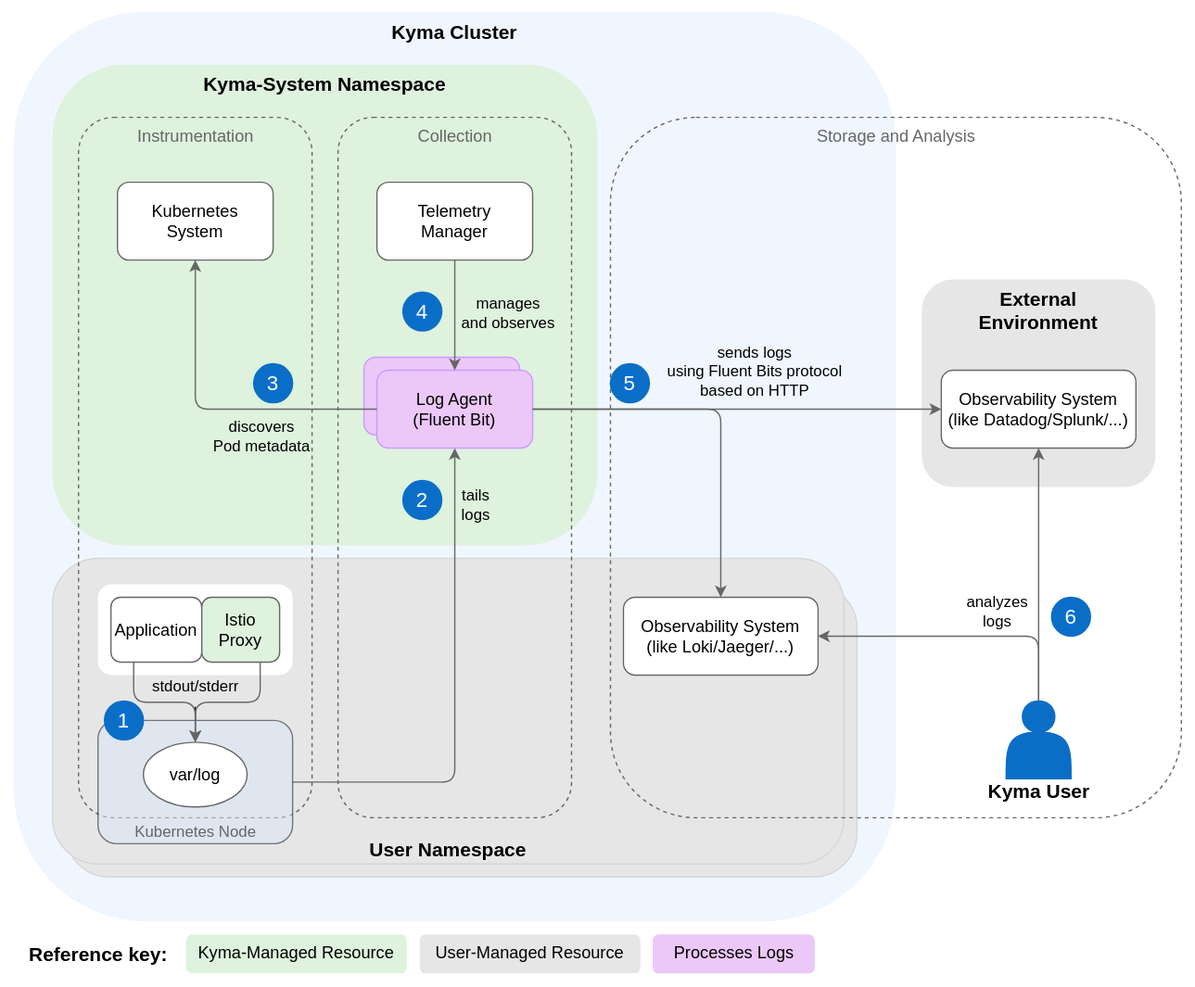
kyma-project/telemetry-manager keeps this draw.io diagram as docs/user/assets/logs-arch.drawio.svg. Above is the earlier version. Source tidied: cells renumbered, new cells last; positions are measured from the earlier drawing's top-left corner, leaving out a move shared by most shapes.
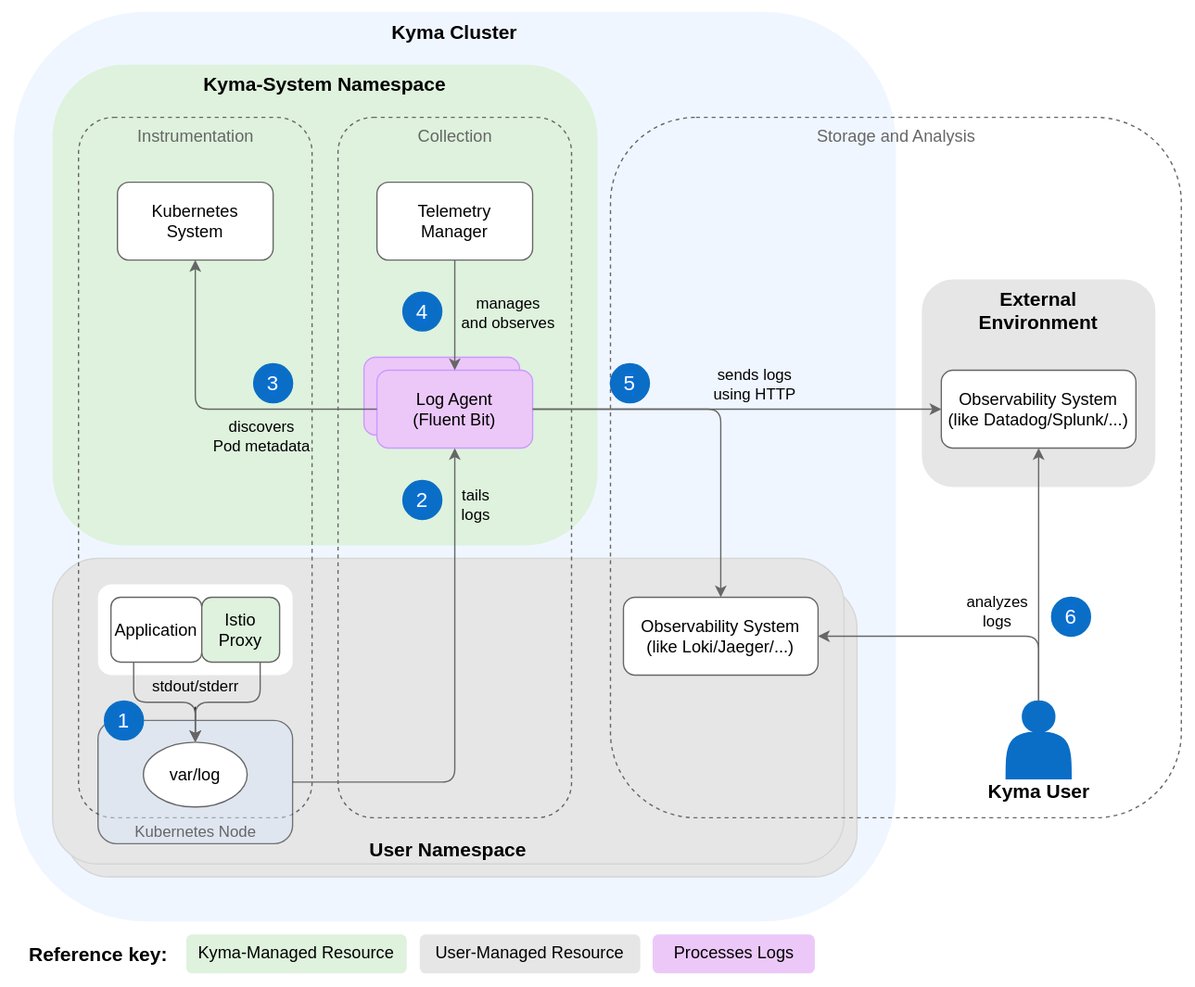
The same file after the commit.

The edit, as a diff of the source:
```diff
@@ -111,9 +111,9 @@
         </Array>
       </mxGeometry>
     </mxCell>
-    <mxCell id="34" value="sends logs&amp;nbsp;&lt;br style=&quot;font-size: 12px;&quot;&gt;using Fluent Bits protocol&lt;br&gt;based on HTTP" style="edgeLabel;html=1;align=center;verticalAlign=middle;labelBackgroundColor=none;fontSize=12;" parent="33" vertex="1">
+    <mxCell id="34" value="sends logs&amp;nbsp;&lt;br style=&quot;font-size: 12px;&quot;&gt;using HTTP" style="edgeLabel;html=1;align=center;verticalAlign=middle;labelBackgroundColor=none;fontSize=12;" parent="33" vertex="1">
       <mxGeometry x="-0.14" y="-2" relative="1" as="geometry">
-        <mxPoint x="34" y="-32" as="offset" />
+        <mxPoint x="34" y="-22" as="offset" />
       </mxGeometry>
     </mxCell>
     <mxCell id="35" style="edgeStyle=orthogonalEdgeStyle;rounded=1;jettySize=auto;html=1;entryX=0.5;entryY=0;entryDx=0;entryDy=0;strokeColor=#666666;exitX=1;exitY=0.5;exitDx=0;exitDy=0;" parent="1" edge="1" source="28" target="14">
```
